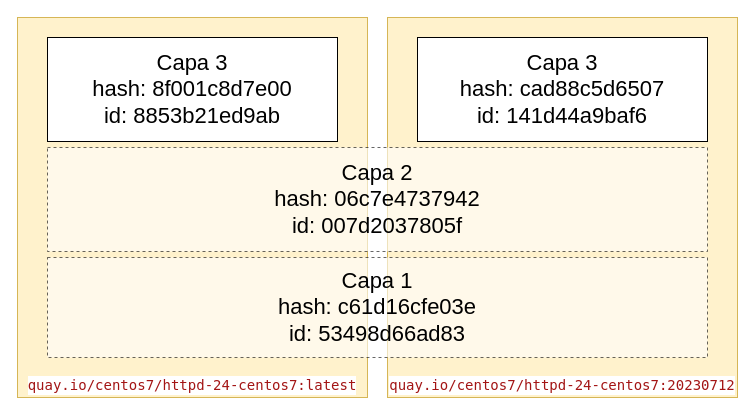
This is contenido/modulo3/img/images4.drawio from josedom24/curso_podman_ow, a draw.io file, before an edit. Source tidied: cells renumbered, new cells numbered last; positions are measured from the earlier drawing's top-left corner, leaving out a move shared by most shapes. Both pictures are drawn from the tidied source at 100%, with x=0, y=0 at pixel (17, 17).
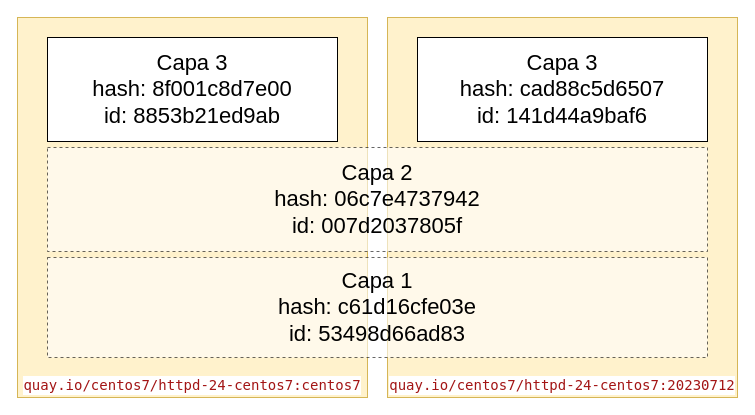
Above is the later version.

Diff of the diagram source:
```diff
@@
 <mxGraphModel>
   <root>
     <mxCell id="0" />
     <mxCell id="1" parent="0" />
     <mxCell id="2" value="&lt;div style=&quot;color: #000000;background-color: #ffffff;font-family: 'Droid Sans Mono', 'monospace', monospace;font-weight: normal;font-size: 14px;line-height: 19px;white-space: pre;&quot;&gt;&lt;div&gt;&lt;span style=&quot;color: #a31515;&quot;&gt;quay.io/centos7/httpd-24-centos7:20230712&lt;/span&gt;&lt;/div&gt;&lt;/div&gt;" style="rounded=0;whiteSpace=wrap;html=1;fillColor=#fff2cc;strokeColor=#d6b656;verticalAlign=bottom;" parent="1" vertex="1">
       <mxGeometry x="370" width="350" height="380" as="geometry" />
     </mxCell>
-    <mxCell id="3" value="&lt;div style=&quot;color: #000000;background-color: #ffffff;font-family: 'Droid Sans Mono', 'monospace', monospace;font-weight: normal;font-size: 14px;line-height: 19px;white-space: pre;&quot;&gt;&lt;div&gt;&lt;span style=&quot;color: #a31515;&quot;&gt;quay.io/centos7/httpd-24-centos7:latest&lt;/span&gt;&lt;/div&gt;&lt;/div&gt;" style="rounded=0;whiteSpace=wrap;html=1;fillColor=#fff2cc;strokeColor=#d6b656;verticalAlign=bottom;" parent="1" vertex="1">
+    <mxCell id="3" value="&lt;div style=&quot;color: #000000;background-color: #ffffff;font-family: 'Droid Sans Mono', 'monospace', monospace;font-weight: normal;font-size: 14px;line-height: 19px;white-space: pre;&quot;&gt;&lt;div&gt;&lt;span style=&quot;color: #a31515;&quot;&gt;quay.io/centos7/httpd-24-centos7:centos7&lt;/span&gt;&lt;/div&gt;&lt;/div&gt;" style="rounded=0;whiteSpace=wrap;html=1;fillColor=#fff2cc;strokeColor=#d6b656;verticalAlign=bottom;" parent="1" vertex="1">
       <mxGeometry width="350" height="380" as="geometry" />
     </mxCell>
     <mxCell id="4" value="&lt;div style=&quot;font-size: 22px;&quot;&gt;Capa 1&lt;/div&gt;&lt;div style=&quot;font-size: 22px;&quot;&gt;hash: c61d16cfe03e&lt;/div&gt;&lt;div&gt;id: 53498d66ad83&lt;/div&gt;" style="rounded=0;whiteSpace=wrap;html=1;align=center;fontSize=22;dashed=1;opacity=60;" parent="1" vertex="1">
       <mxGeometry x="30" y="240" width="660" height="100" as="geometry" />
     </mxCell>
     <mxCell id="5" value="&lt;div style=&quot;font-size: 22px;&quot;&gt;Capa 2&lt;br style=&quot;font-size: 22px;&quot;&gt;&lt;/div&gt;&lt;div style=&quot;font-size: 22px;&quot;&gt;hash: 06c7e4737942&lt;/div&gt;&lt;div&gt;id: 007d2037805f&lt;/div&gt;" style="rounded=0;whiteSpace=wrap;html=1;align=center;fontSize=22;dashed=1;opacity=60;" parent="1" vertex="1">
       <mxGeometry x="30" y="130" width="660" height="104" as="geometry" />
     </mxCell>
     <mxCell id="6" value="&lt;div style=&quot;font-size: 22px;&quot;&gt;Capa 3&lt;br style=&quot;font-size: 22px;&quot;&gt;&lt;/div&gt;&lt;div style=&quot;font-size: 22px;&quot;&gt;hash: 8f001c8d7e00&lt;/div&gt;&lt;div style=&quot;font-size: 22px;&quot;&gt;id: 8853b21ed9ab&lt;/div&gt;" style="rounded=0;whiteSpace=wrap;html=1;align=center;fontSize=22;" parent="1" vertex="1">
       <mxGeometry x="30" y="20" width="290" height="104" as="geometry" />
     </mxCell>
     <mxCell id="7" value="&lt;div style=&quot;font-size: 22px;&quot;&gt;Capa 3&lt;br style=&quot;font-size: 22px;&quot;&gt;&lt;/div&gt;&lt;div style=&quot;font-size: 22px;&quot;&gt;hash: cad88c5d6507&lt;/div&gt;&lt;div style=&quot;font-size: 22px;&quot;&gt;id: 141d44a9baf6&lt;/div&gt;" style="rounded=0;whiteSpace=wrap;html=1;align=center;fontSize=22;" parent="1" vertex="1">
       <mxGeometry x="400" y="20" width="290" height="104" as="geometry" />
     </mxCell>
   </root>
 </mxGraphModel>
```
